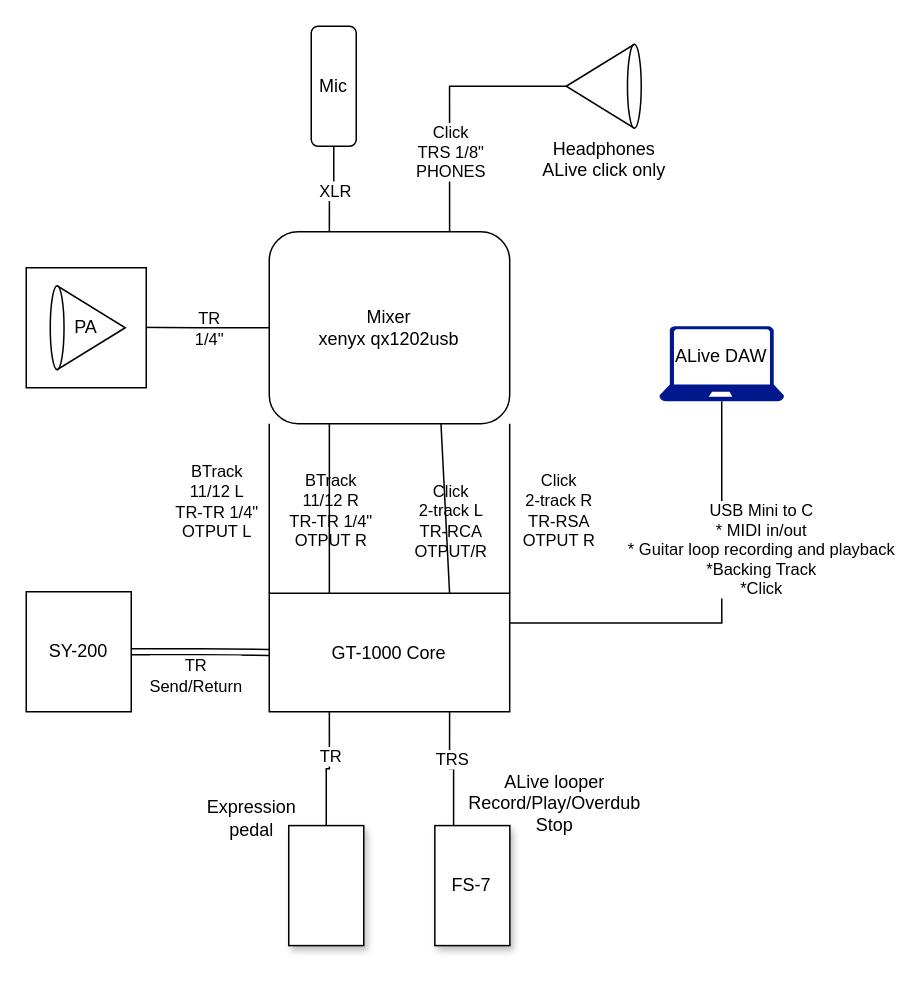
7ak/draw.io keeps this draw.io diagram as live_setup.drawio. Above is the earlier version. Source tidied: cells renumbered, new cells numbered last; positions are measured from the earlier drawing's top-left corner, leaving out a move shared by most shapes. Both pictures are drawn from the tidied source at 150%, with x=0, y=0 at pixel (26, 26).
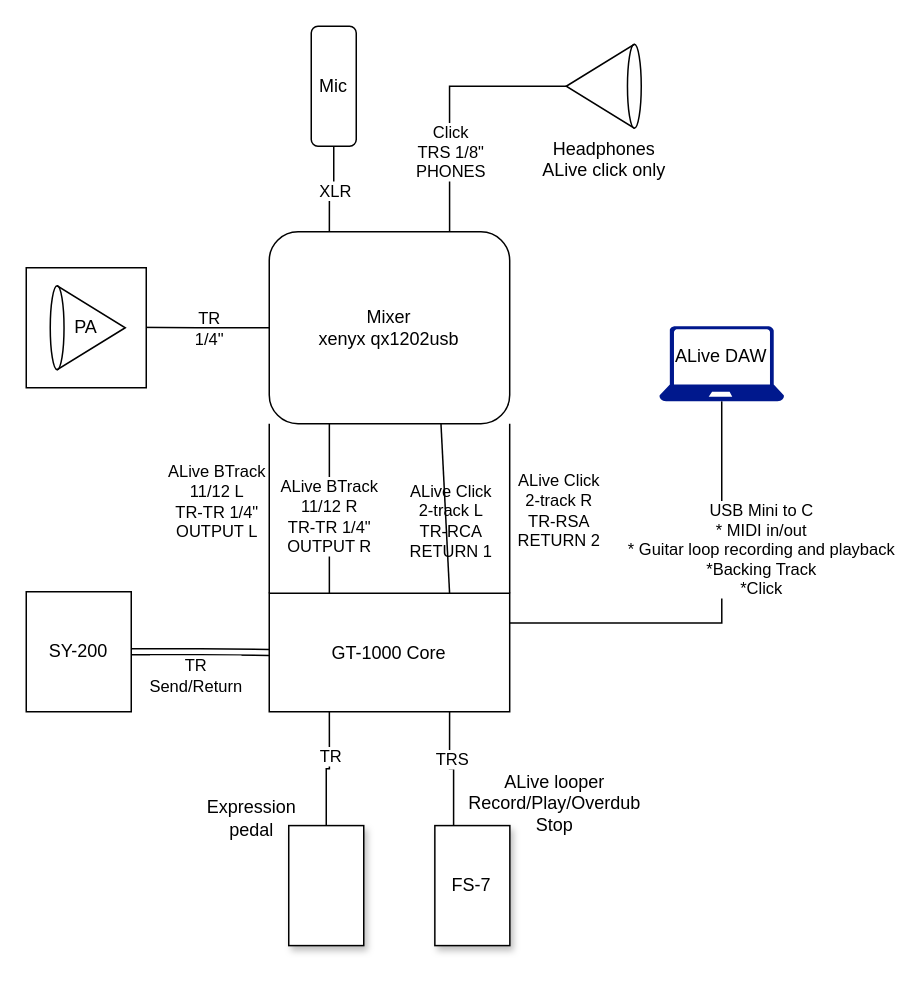
Above is the later version.

The change refers to these unchanged cells:
```xml
<mxCell id="9" style="rounded=0;jettySize=auto;html=1;endArrow=none;endFill=0;exitX=0.25;exitY=1;exitDx=0;exitDy=0;entryX=0.25;entryY=0;entryDx=0;entryDy=0;" parent="1" edge="1" source="35" target="6">
  <mxGeometry relative="1" as="geometry" />
</mxCell>
<mxCell id="29" style="rounded=0;jettySize=auto;html=1;endArrow=none;endFill=0;entryX=0;entryY=0;entryDx=0;entryDy=0;exitX=0;exitY=1;exitDx=0;exitDy=0;" parent="1" edge="1" source="35" target="6">
  <mxGeometry relative="1" as="geometry" />
</mxCell>
<mxCell id="31" style="rounded=0;jettySize=auto;html=1;endArrow=none;endFill=0;exitX=1;exitY=1;exitDx=0;exitDy=0;entryX=1;entryY=0;entryDx=0;entryDy=0;" parent="1" edge="1" source="35" target="6">
  <mxGeometry relative="1" as="geometry" />
</mxCell>
<mxCell id="33" style="rounded=0;jettySize=auto;html=1;endArrow=none;endFill=0;entryX=0.75;entryY=0;entryDx=0;entryDy=0;exitX=0.721;exitY=1.016;exitDx=0;exitDy=0;" parent="1" edge="1" source="35" target="6">
  <mxGeometry relative="1" as="geometry" />
</mxCell>
```

Diff of the diagram source:
```diff
@@
-    <mxCell id="10" value="BTrack&lt;br&gt;11/12 R&lt;div&gt;TR-TR 1/4&quot;&lt;br&gt;OTPUT R&lt;/div&gt;" style="edgeLabel;html=1;align=center;verticalAlign=middle;labelBackgroundColor=none;fontColor=light-dark(#000000,#FF8000);" parent="9" vertex="1">
-      <mxGeometry x="-0.29" relative="1" as="geometry">
-        <mxPoint y="17" as="offset" />
-      </mxGeometry>
-    </mxCell>
@@
-    <mxCell id="30" value="BTrack&lt;br&gt;11/12 L&lt;div&gt;TR-TR 1/4&quot;&lt;br&gt;OTPUT L&lt;/div&gt;" style="edgeLabel;html=1;align=center;verticalAlign=middle;fontColor=light-dark(#000000,#FF8000);" parent="29" vertex="1">
+    <mxCell id="30" value="&lt;span style=&quot;&quot;&gt;ALive &lt;/span&gt;BTrack&lt;br&gt;11/12 L&lt;div&gt;TR-TR 1/4&quot;&lt;br&gt;OUTPUT L&lt;/div&gt;" style="edgeLabel;html=1;align=center;verticalAlign=middle;fontColor=light-dark(#000000,#FF8000);" parent="29" vertex="1">
       <mxGeometry x="-0.29" relative="1" as="geometry">
         <mxPoint x="-36" y="11" as="offset" />
       </mxGeometry>
     </mxCell>
+    <mxCell id="39" value="&lt;span style=&quot;&quot;&gt;ALive &lt;/span&gt;BTrack&lt;br&gt;11/12 R&lt;div&gt;TR-TR 1/4&quot;&lt;br&gt;OUTPUT R&lt;/div&gt;" style="edgeLabel;html=1;align=center;verticalAlign=middle;fontColor=light-dark(#000000,#FF8000);" parent="29" vertex="1">
+      <mxGeometry x="-0.29" relative="1" as="geometry">
+        <mxPoint x="39" y="21" as="offset" />
+      </mxGeometry>
+    </mxCell>
@@
-    <mxCell id="32" value="Click&lt;br&gt;2-track R&lt;br&gt;&lt;div&gt;TR-RSA&lt;br&gt;OTPUT R&lt;/div&gt;" style="edgeLabel;html=1;align=center;verticalAlign=middle;fontColor=light-dark(#000000,#00CCCC);" parent="31" vertex="1">
+    <mxCell id="32" value="ALive Click&lt;br&gt;2-track R&lt;br&gt;&lt;div&gt;TR-RSA&lt;br&gt;RETURN 2&lt;/div&gt;" style="edgeLabel;html=1;align=center;verticalAlign=middle;fontColor=light-dark(#000000,#00CCCC);" parent="31" vertex="1">
       <mxGeometry x="-0.29" relative="1" as="geometry">
         <mxPoint x="32" y="17" as="offset" />
       </mxGeometry>
     </mxCell>
@@
-    <mxCell id="34" value="Click&lt;br&gt;2-track L&lt;div&gt;TR-RCA&lt;br&gt;OTPUT/R&lt;/div&gt;" style="edgeLabel;html=1;align=center;verticalAlign=middle;labelBackgroundColor=none;fontColor=light-dark(#000000,#00CCCC);" parent="33" vertex="1">
+    <mxCell id="34" value="ALive Click&lt;br&gt;2-track L&lt;div&gt;TR-RCA&lt;br&gt;RETURN 1&lt;/div&gt;" style="edgeLabel;html=1;align=center;verticalAlign=middle;labelBackgroundColor=none;fontColor=light-dark(#000000,#00CCCC);" parent="33" vertex="1">
       <mxGeometry x="-0.29" relative="1" as="geometry">
         <mxPoint x="4" y="25" as="offset" />
       </mxGeometry>
     </mxCell>
```
